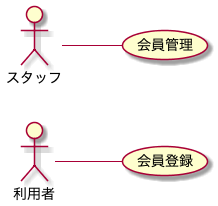
TakashiOnawa/ddd-practice-studio-reservation keeps this PlantUML diagram as modeling/BusinessUsecase_会員管理/BusinessUsecase.png. Above is the earlier version. Its diagram source:
```plantuml
@startuml BusinessUsecase

left to right direction

actor 利用者
actor スタッフ

利用者 -- (会員登録)
スタッフ -- (会員管理)

@enduml
```
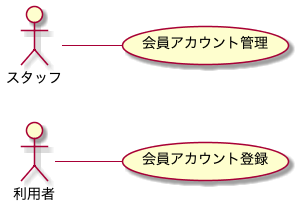
The same diagram one commit later.

Diff of the diagram source:
```diff
@@ -5,7 +5,7 @@
 actor 利用者
 actor スタッフ
 
-利用者 -- (会員登録)
-スタッフ -- (会員管理)
+利用者 -- (会員アカウント登録)
+スタッフ -- (会員アカウント管理)
 
 @enduml
```
